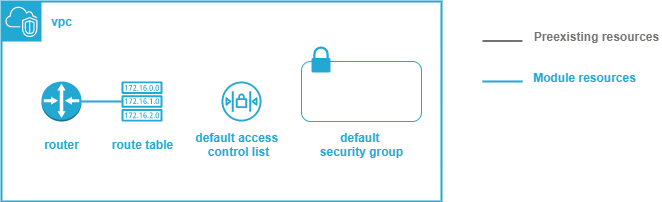
Earlier version of the draw.io export docs/imgs/module.png (nadegelemperiere-aws/module-aws-vpc). Source tidied: cells renumbered, new cells last; positions are measured from the earlier drawing's top-left corner, leaving out a move shared by most shapes.
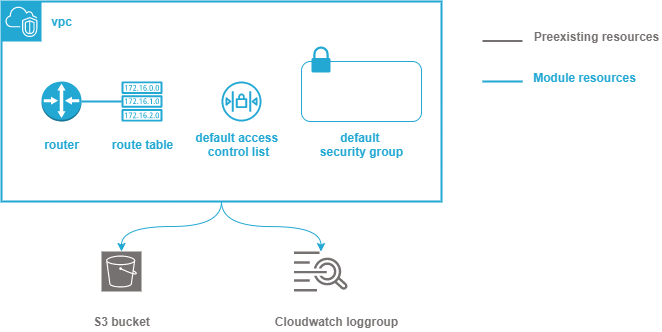
Later version of the same file.

The edit, as a diff of the source:
```diff
@@ -2,6 +2,9 @@
   <root>
     <mxCell id="0" />
     <mxCell id="1" parent="0" />
+    <mxCell id="19" style="edgeStyle=orthogonalEdgeStyle;html=1;exitX=0.5;exitY=1;exitDx=0;exitDy=0;entryX=0.5;entryY=0;entryDx=0;entryDy=0;entryPerimeter=0;fontColor=#23A8D4;strokeColor=#23A8D4;curved=1;" parent="1" edge="1" source="2" target="20">
+      <mxGeometry relative="1" as="geometry" />
+    </mxCell>
     <mxCell id="2" style="rounded=0;whiteSpace=wrap;html=1;strokeColor=#23A8D4;fillColor=none;gradientColor=none;strokeWidth=2;" parent="1" vertex="1">
       <mxGeometry width="440" height="200" as="geometry" />
     </mxCell>
@@ -59,5 +62,20 @@
     <mxCell id="18" value="default &lt;br&gt;security group" style="text;html=1;align=center;verticalAlign=middle;fillColor=none;strokeColor=none;rounded=0;fontColor=#23A8D4;fontStyle=1;" parent="1" vertex="1">
       <mxGeometry x="315" y="128" width="90" height="30" as="geometry" />
     </mxCell>
+    <mxCell id="20" style="points=[[0,0,0],[0.25,0,0],[0.5,0,0],[0.75,0,0],[1,0,0],[0,1,0],[0.25,1,0],[0.5,1,0],[0.75,1,0],[1,1,0],[0,0.25,0],[0,0.5,0],[0,0.75,0],[1,0.25,0],[1,0.5,0],[1,0.75,0]];outlineConnect=0;fontColor=#232F3E;gradientDirection=north;strokeColor=#ffffff;dashed=0;verticalLabelPosition=bottom;verticalAlign=top;align=center;html=1;fontSize=12;fontStyle=0;shape=mxgraph.aws4.resourceIcon;resIcon=mxgraph.aws4.s3;fillColor=#767171;" parent="1" vertex="1">
+      <mxGeometry x="100" y="250" width="40" height="40" as="geometry" />
+    </mxCell>
+    <mxCell id="21" style="outlineConnect=0;fontColor=#232F3E;gradientColor=none;strokeColor=none;dashed=0;verticalLabelPosition=bottom;verticalAlign=top;align=center;html=1;fontSize=12;fontStyle=0;shape=mxgraph.aws4.logs;fillColor=#767171;" parent="1" vertex="1">
+      <mxGeometry x="292.6" y="250" width="53.8" height="40" as="geometry" />
+    </mxCell>
+    <mxCell id="22" style="edgeStyle=orthogonalEdgeStyle;html=1;exitX=0.5;exitY=1;exitDx=0;exitDy=0;fontColor=#23A8D4;strokeColor=#23A8D4;curved=1;" parent="1" edge="1" source="2" target="21">
+      <mxGeometry relative="1" as="geometry" />
+    </mxCell>
+    <mxCell id="23" value="&lt;font style=&quot;font-size: 12px&quot;&gt;Cloudwatch loggroup&lt;/font&gt;" style="text;html=1;align=center;verticalAlign=middle;fillColor=none;strokeColor=none;rounded=0;fontSize=12;fontColor=#767171;fontStyle=1;" parent="1" vertex="1">
+      <mxGeometry x="265" y="310" width="140" height="20" as="geometry" />
+    </mxCell>
+    <mxCell id="24" value="&lt;font style=&quot;font-size: 12px&quot;&gt;S3 bucket&lt;/font&gt;" style="text;html=1;align=center;verticalAlign=middle;fillColor=none;strokeColor=none;rounded=0;fontSize=12;fontColor=#767171;fontStyle=1;" parent="1" vertex="1">
+      <mxGeometry x="85" y="310" width="70" height="20" as="geometry" />
+    </mxCell>
   </root>
 </mxGraphModel>
```
